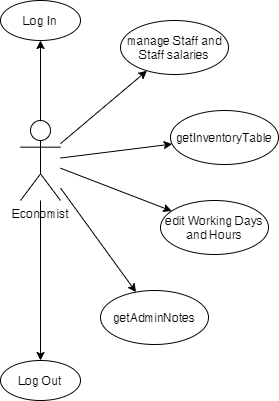
Above: Diagrams/UML/UseCases/Economist.png in renttrent/Techengers (draw.io), before the change. Source tidied: cells renumbered, new cells last; positions are measured from the earlier drawing's top-left corner, leaving out a move shared by most shapes.
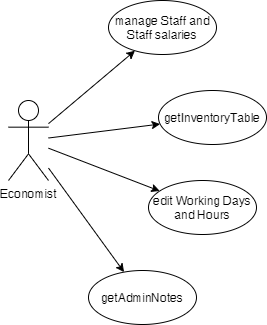
Later version of the same file.

Diff of the diagram source:
```diff
@@ -2,12 +2,6 @@
   <root>
     <mxCell id="0" />
     <mxCell id="1" parent="0" />
-    <mxCell id="2" style="edgeStyle=orthogonalEdgeStyle;rounded=0;jettySize=auto;html=1;entryX=0.5;entryY=1;entryDx=0;entryDy=0;" parent="1" edge="1" source="8" target="9">
-      <mxGeometry relative="1" as="geometry" />
-    </mxCell>
-    <mxCell id="3" style="edgeStyle=orthogonalEdgeStyle;rounded=0;jettySize=auto;html=1;" parent="1" edge="1" source="8" target="10">
-      <mxGeometry relative="1" as="geometry" />
-    </mxCell>
     <mxCell id="4" style="rounded=0;jettySize=auto;html=1;" parent="1" edge="1" source="8" target="13">
       <mxGeometry relative="1" as="geometry" />
     </mxCell>
@@ -23,12 +17,6 @@
     <mxCell id="8" value="Economist" style="shape=umlActor;verticalLabelPosition=bottom;verticalAlign=top;html=1;outlineConnect=0;" parent="1" vertex="1">
       <mxGeometry x="20" y="120" width="40" height="80" as="geometry" />
     </mxCell>
-    <mxCell id="9" value="Log In" style="ellipse;whiteSpace=wrap;html=1;" parent="1" vertex="1">
-      <mxGeometry width="80" height="40" as="geometry" />
-    </mxCell>
-    <mxCell id="10" value="Log Out" style="ellipse;whiteSpace=wrap;html=1;" parent="1" vertex="1">
-      <mxGeometry y="360" width="80" height="40" as="geometry" />
-    </mxCell>
     <mxCell id="11" value="edit Working Days and Hours" style="ellipse;whiteSpace=wrap;html=1;" parent="1" vertex="1">
       <mxGeometry x="160" y="200" width="108" height="54" as="geometry" />
     </mxCell>
```
